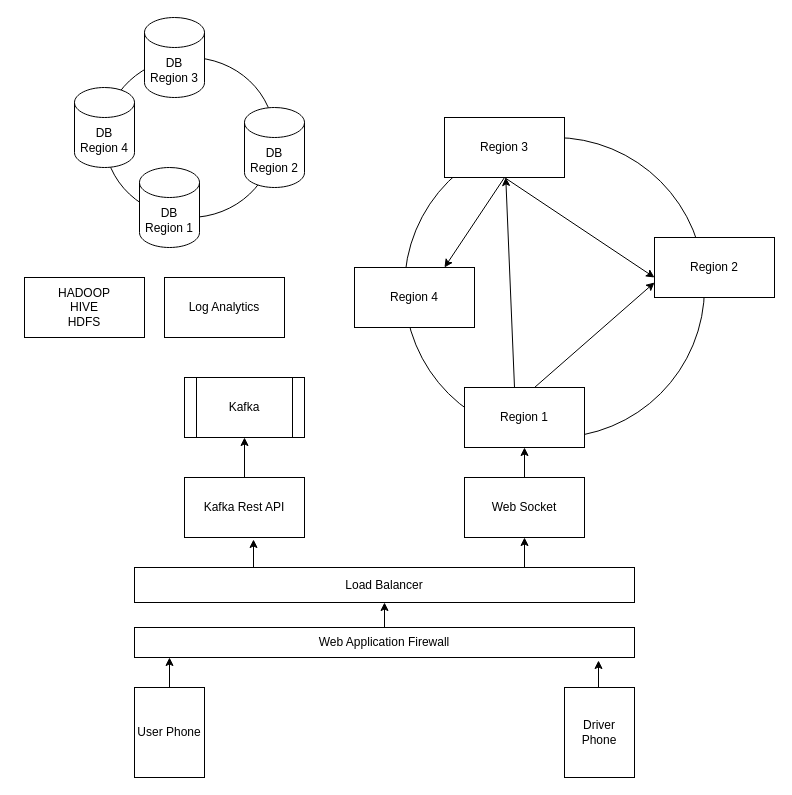
Before: Untitled Diagram.drawio in xinyzhang9/basic-repo, a draw.io diagram. Source tidied: cells renumbered, new cells numbered last; positions are measured from the earlier drawing's top-left corner, leaving out a move shared by most shapes. Both pictures are drawn from the tidied source at 100%, with x=0, y=0 at pixel (24, 17).
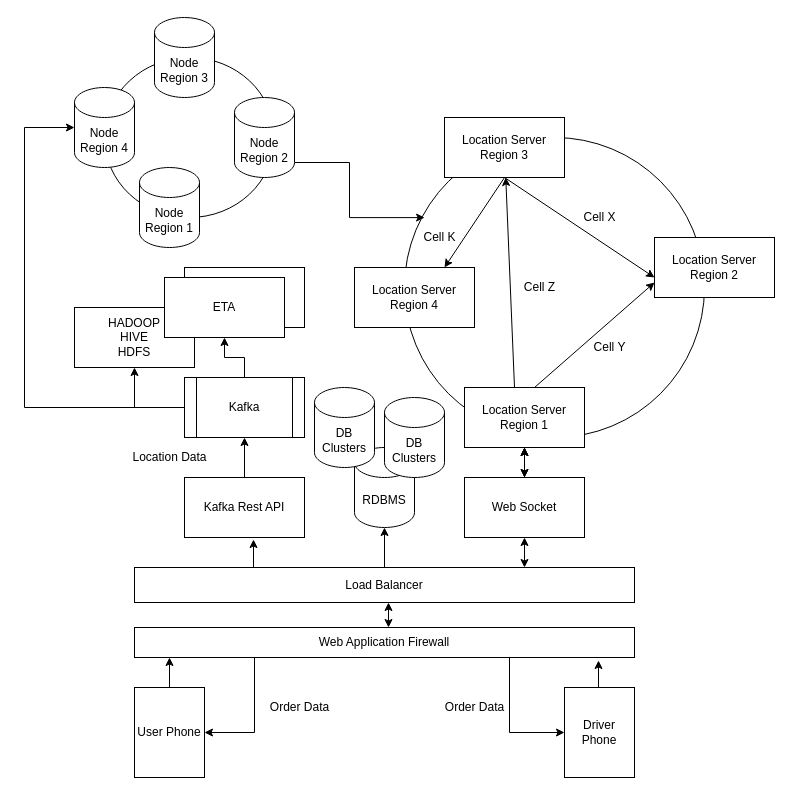
After the change.

Unchanged cells that the change refers to:
```xml
<mxCell id="3" value="User Phone" style="rounded=0;whiteSpace=wrap;html=1;" parent="1" vertex="1">
  <mxGeometry x="110" y="670" width="70" height="90" as="geometry" />
</mxCell>
<mxCell id="5" value="Driver Phone" style="rounded=0;whiteSpace=wrap;html=1;" parent="1" vertex="1">
  <mxGeometry x="540" y="670" width="70" height="90" as="geometry" />
</mxCell>
<mxCell id="7" value="Web Application Firewall" style="rounded=0;whiteSpace=wrap;html=1;" parent="1" vertex="1">
  <mxGeometry x="110" y="610" width="500" height="30" as="geometry" />
</mxCell>
<mxCell id="10" value="Load Balancer" style="rounded=0;whiteSpace=wrap;html=1;" parent="1" vertex="1">
  <mxGeometry x="110" y="550" width="500" height="35" as="geometry" />
</mxCell>
<mxCell id="14" value="Web Socket" style="rounded=0;whiteSpace=wrap;html=1;" parent="1" vertex="1">
  <mxGeometry x="440" y="460" width="120" height="60" as="geometry" />
</mxCell>
<mxCell id="15" value="Kafka" style="shape=process;whiteSpace=wrap;html=1;backgroundOutline=1;" parent="1" vertex="1">
  <mxGeometry x="160" y="360" width="120" height="60" as="geometry" />
</mxCell>
<mxCell id="17" style="ellipse;whiteSpace=wrap;html=1;" parent="1" vertex="1">
  <mxGeometry x="380" y="120" width="300" height="300" as="geometry" />
</mxCell>
```

Diff of the diagram source:
```diff
@@
+    <mxCell id="32" style="rounded=0;whiteSpace=wrap;html=1;" parent="1" vertex="1">
+      <mxGeometry x="160" y="250" width="120" height="60" as="geometry" />
+    </mxCell>
@@
-    <mxCell id="6" style="edgeStyle=orthogonalEdgeStyle;rounded=0;jettySize=auto;html=1;exitX=0.5;exitY=0;exitDx=0;exitDy=0;entryX=0.5;entryY=1;entryDx=0;entryDy=0;" parent="1" edge="1" source="7" target="10">
-      <mxGeometry relative="1" as="geometry" />
-    </mxCell>
+    <mxCell id="33" style="edgeStyle=orthogonalEdgeStyle;rounded=0;jettySize=auto;html=1;entryX=1;entryY=0.5;entryDx=0;entryDy=0;" parent="1" edge="1" source="7" target="3">
+      <mxGeometry relative="1" as="geometry">
+        <Array as="points">
+          <mxPoint x="230" y="715" />
+        </Array>
+      </mxGeometry>
+    </mxCell>
+    <mxCell id="34" style="edgeStyle=orthogonalEdgeStyle;rounded=0;jettySize=auto;html=1;entryX=0;entryY=0.5;entryDx=0;entryDy=0;exitX=0.75;exitY=1;exitDx=0;exitDy=0;" parent="1" edge="1" source="7" target="5">
+      <mxGeometry relative="1" as="geometry" />
+    </mxCell>
@@
-    <mxCell id="9" style="edgeStyle=orthogonalEdgeStyle;rounded=0;jettySize=auto;html=1;exitX=0.75;exitY=0;exitDx=0;exitDy=0;entryX=0.5;entryY=1;entryDx=0;entryDy=0;" parent="1" edge="1" source="10">
-      <mxGeometry relative="1" as="geometry">
-        <mxPoint x="500" y="520" as="targetPoint" />
-      </mxGeometry>
-    </mxCell>
+    <mxCell id="35" style="edgeStyle=orthogonalEdgeStyle;rounded=0;jettySize=auto;html=1;exitX=0.5;exitY=0;exitDx=0;exitDy=0;" parent="1" edge="1" source="10" target="46">
+      <mxGeometry relative="1" as="geometry" />
+    </mxCell>
@@
-    <mxCell id="13" style="edgeStyle=orthogonalEdgeStyle;rounded=0;jettySize=auto;html=1;exitX=0.5;exitY=0;exitDx=0;exitDy=0;entryX=0.5;entryY=1;entryDx=0;entryDy=0;" parent="1" edge="1" source="14" target="20">
-      <mxGeometry relative="1" as="geometry" />
-    </mxCell>
+    <mxCell id="36" style="edgeStyle=orthogonalEdgeStyle;rounded=0;jettySize=auto;html=1;" parent="1" edge="1" source="14" target="20">
+      <mxGeometry relative="1" as="geometry" />
+    </mxCell>
@@
+    <mxCell id="37" style="edgeStyle=orthogonalEdgeStyle;rounded=0;jettySize=auto;html=1;exitX=0.5;exitY=0;exitDx=0;exitDy=0;entryX=0.5;entryY=1;entryDx=0;entryDy=0;" parent="1" edge="1" source="15" target="22">
+      <mxGeometry relative="1" as="geometry" />
+    </mxCell>
+    <mxCell id="38" style="edgeStyle=orthogonalEdgeStyle;rounded=0;jettySize=auto;html=1;exitX=0;exitY=0.5;exitDx=0;exitDy=0;entryX=0.5;entryY=1;entryDx=0;entryDy=0;" parent="1" edge="1" source="15" target="16">
+      <mxGeometry relative="1" as="geometry" />
+    </mxCell>
+    <mxCell id="39" style="edgeStyle=orthogonalEdgeStyle;rounded=0;jettySize=auto;html=1;entryX=0;entryY=0.5;entryDx=0;entryDy=0;entryPerimeter=0;" parent="1" edge="1" source="15" target="27">
+      <mxGeometry relative="1" as="geometry">
+        <Array as="points">
+          <mxPoint y="390" />
+          <mxPoint y="110" />
+        </Array>
+      </mxGeometry>
+    </mxCell>
@@
     <mxCell id="16" value="&lt;div&gt;HADOOP&lt;/div&gt;&lt;div&gt;HIVE&lt;/div&gt;&lt;div&gt;HDFS&lt;br&gt;&lt;/div&gt;" style="rounded=0;whiteSpace=wrap;html=1;" parent="1" vertex="1">
-      <mxGeometry y="260" width="120" height="60" as="geometry" />
+      <mxGeometry x="50" y="290" width="120" height="60" as="geometry" />
     </mxCell>
@@
-    <mxCell id="18" value="Region 3" style="rounded=0;whiteSpace=wrap;html=1;" parent="1" vertex="1">
+    <mxCell id="18" value="Location Server Region 3" style="rounded=0;whiteSpace=wrap;html=1;" parent="1" vertex="1">
       <mxGeometry x="420" y="100" width="120" height="60" as="geometry" />
     </mxCell>
-    <mxCell id="19" value="Region 2" style="rounded=0;whiteSpace=wrap;html=1;" parent="1" vertex="1">
+    <mxCell id="19" value="Location Server Region 2" style="rounded=0;whiteSpace=wrap;html=1;" parent="1" vertex="1">
       <mxGeometry x="630" y="220" width="120" height="60" as="geometry" />
     </mxCell>
-    <mxCell id="20" value="Region 1" style="rounded=0;whiteSpace=wrap;html=1;" parent="1" vertex="1">
+    <mxCell id="20" value="Location Server Region 1" style="rounded=0;whiteSpace=wrap;html=1;" parent="1" vertex="1">
       <mxGeometry x="440" y="370" width="120" height="60" as="geometry" />
     </mxCell>
-    <mxCell id="21" value="Region 4" style="rounded=0;whiteSpace=wrap;html=1;" parent="1" vertex="1">
+    <mxCell id="21" value="Location Server Region 4" style="rounded=0;whiteSpace=wrap;html=1;" parent="1" vertex="1">
       <mxGeometry x="330" y="250" width="120" height="60" as="geometry" />
     </mxCell>
-    <mxCell id="22" value="Log Analytics" style="rounded=0;whiteSpace=wrap;html=1;" parent="1" vertex="1">
+    <mxCell id="22" value="ETA" style="rounded=0;whiteSpace=wrap;html=1;" parent="1" vertex="1">
       <mxGeometry x="140" y="260" width="120" height="60" as="geometry" />
     </mxCell>
@@
-    <mxCell id="24" value="DB Region 1" style="shape=cylinder3;whiteSpace=wrap;html=1;boundedLbl=1;backgroundOutline=1;size=15;" parent="1" vertex="1">
+    <mxCell id="24" value="Node Region 1" style="shape=cylinder3;whiteSpace=wrap;html=1;boundedLbl=1;backgroundOutline=1;size=15;" parent="1" vertex="1">
       <mxGeometry x="115" y="150" width="60" height="80" as="geometry" />
     </mxCell>
+    <mxCell id="40" style="edgeStyle=orthogonalEdgeStyle;rounded=0;jettySize=auto;html=1;exitX=1;exitY=1;exitDx=0;exitDy=-15;exitPerimeter=0;entryX=0.067;entryY=0.267;entryDx=0;entryDy=0;entryPerimeter=0;" parent="1" edge="1" source="25" target="17">
+      <mxGeometry relative="1" as="geometry" />
+    </mxCell>
-    <mxCell id="25" value="DB Region 2" style="shape=cylinder3;whiteSpace=wrap;html=1;boundedLbl=1;backgroundOutline=1;size=15;" parent="1" vertex="1">
-      <mxGeometry x="220" y="90" width="60" height="80" as="geometry" />
+    <mxCell id="25" value="Node Region 2" style="shape=cylinder3;whiteSpace=wrap;html=1;boundedLbl=1;backgroundOutline=1;size=15;" parent="1" vertex="1">
+      <mxGeometry x="210" y="80" width="60" height="80" as="geometry" />
     </mxCell>
-    <mxCell id="26" value="DB Region 3" style="shape=cylinder3;whiteSpace=wrap;html=1;boundedLbl=1;backgroundOutline=1;size=15;" parent="1" vertex="1">
-      <mxGeometry x="120" width="60" height="80" as="geometry" />
+    <mxCell id="26" value="Node Region 3" style="shape=cylinder3;whiteSpace=wrap;html=1;boundedLbl=1;backgroundOutline=1;size=15;" parent="1" vertex="1">
+      <mxGeometry x="130" width="60" height="80" as="geometry" />
     </mxCell>
-    <mxCell id="27" value="DB Region 4" style="shape=cylinder3;whiteSpace=wrap;html=1;boundedLbl=1;backgroundOutline=1;size=15;" parent="1" vertex="1">
+    <mxCell id="27" value="Node Region 4" style="shape=cylinder3;whiteSpace=wrap;html=1;boundedLbl=1;backgroundOutline=1;size=15;" parent="1" vertex="1">
       <mxGeometry x="50" y="70" width="60" height="80" as="geometry" />
     </mxCell>
@@
+    <mxCell id="41" style="endArrow=classic;startArrow=classic;html=1;exitX=0.5;exitY=0;exitDx=0;exitDy=0;entryX=0.5;entryY=1;entryDx=0;entryDy=0;" parent="1" edge="1" source="14" target="20">
+      <mxGeometry relative="1" as="geometry" />
+    </mxCell>
+    <mxCell id="42" style="endArrow=classic;startArrow=classic;html=1;exitX=0.5;exitY=0;exitDx=0;exitDy=0;entryX=0.5;entryY=1;entryDx=0;entryDy=0;" parent="1" edge="1">
+      <mxGeometry relative="1" as="geometry">
+        <mxPoint x="500" y="460" as="sourcePoint" />
+        <mxPoint x="500" y="430" as="targetPoint" />
+      </mxGeometry>
+    </mxCell>
+    <mxCell id="43" style="endArrow=classic;startArrow=classic;html=1;entryX=0.5;entryY=1;entryDx=0;entryDy=0;exitX=0.78;exitY=0;exitDx=0;exitDy=0;exitPerimeter=0;" parent="1" edge="1" source="10" target="14">
+      <mxGeometry relative="1" as="geometry" />
+    </mxCell>
+    <mxCell id="44" style="endArrow=classic;startArrow=classic;html=1;" parent="1" edge="1">
+      <mxGeometry relative="1" as="geometry">
+        <mxPoint x="364" y="610" as="sourcePoint" />
+        <mxPoint x="364" y="585" as="targetPoint" />
+        <Array as="points">
+          <mxPoint x="364" y="585" />
+        </Array>
+      </mxGeometry>
+    </mxCell>
+    <mxCell id="45" value="Order Data" style="text;html=1;align=center;verticalAlign=middle;" parent="1" vertex="1">
+      <mxGeometry x="415" y="680" width="70" height="20" as="geometry" />
+    </mxCell>
+    <mxCell id="46" value="RDBMS" style="shape=cylinder3;whiteSpace=wrap;html=1;boundedLbl=1;backgroundOutline=1;size=15;" parent="1" vertex="1">
+      <mxGeometry x="330" y="430" width="60" height="80" as="geometry" />
+    </mxCell>
+    <mxCell id="47" value="DB Clusters" style="shape=cylinder3;whiteSpace=wrap;html=1;boundedLbl=1;backgroundOutline=1;size=15;" parent="1" vertex="1">
+      <mxGeometry x="290" y="370" width="60" height="80" as="geometry" />
+    </mxCell>
+    <mxCell id="48" value="DB Clusters" style="shape=cylinder3;whiteSpace=wrap;html=1;boundedLbl=1;backgroundOutline=1;size=15;" parent="1" vertex="1">
+      <mxGeometry x="360" y="380" width="60" height="80" as="geometry" />
+    </mxCell>
+    <mxCell id="49" value="Order Data" style="text;html=1;align=center;verticalAlign=middle;" parent="1" vertex="1">
+      <mxGeometry x="240" y="680" width="70" height="20" as="geometry" />
+    </mxCell>
+    <mxCell id="50" value="Location Data" style="text;html=1;align=center;verticalAlign=middle;" parent="1" vertex="1">
+      <mxGeometry x="100" y="430" width="90" height="20" as="geometry" />
+    </mxCell>
+    <mxCell id="51" value="Cell X" style="text;html=1;align=center;verticalAlign=middle;" parent="1" vertex="1">
+      <mxGeometry x="550" y="190" width="50" height="20" as="geometry" />
+    </mxCell>
+    <mxCell id="52" value="Cell Y" style="text;html=1;align=center;verticalAlign=middle;" parent="1" vertex="1">
+      <mxGeometry x="560" y="320" width="50" height="20" as="geometry" />
+    </mxCell>
+    <mxCell id="53" value="Cell Z" style="text;html=1;align=center;verticalAlign=middle;" parent="1" vertex="1">
+      <mxGeometry x="490" y="260" width="50" height="20" as="geometry" />
+    </mxCell>
+    <mxCell id="54" value="Cell K" style="text;html=1;align=center;verticalAlign=middle;" parent="1" vertex="1">
+      <mxGeometry x="390" y="210" width="50" height="20" as="geometry" />
+    </mxCell>
```
